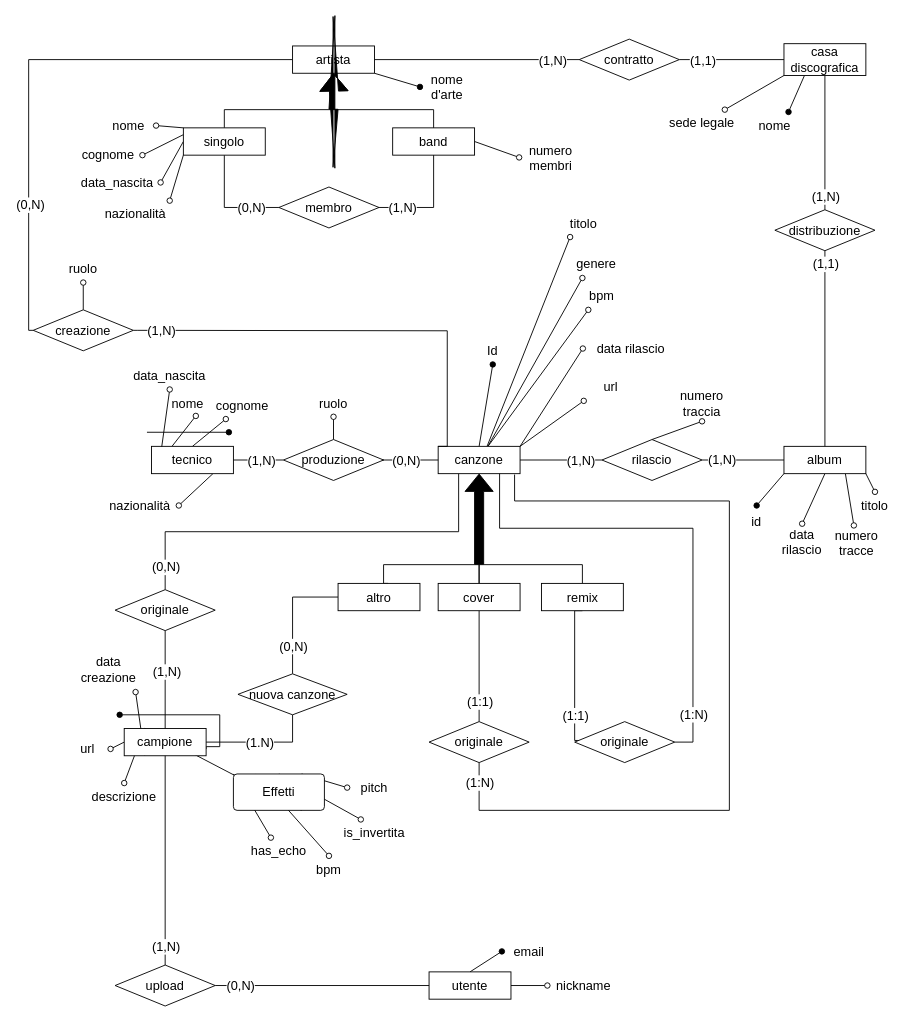
Stef4noo/materiale-progetto-basi keeps this draw.io diagram as diagramma er v2.drawio. Above is the earlier version. Source tidied: cells renumbered, new cells numbered last; positions are measured from the earlier drawing's top-left corner, leaving out a move shared by most shapes. Both pictures are drawn from the tidied source at 91%, with x=0, y=0 at pixel (28, 38).
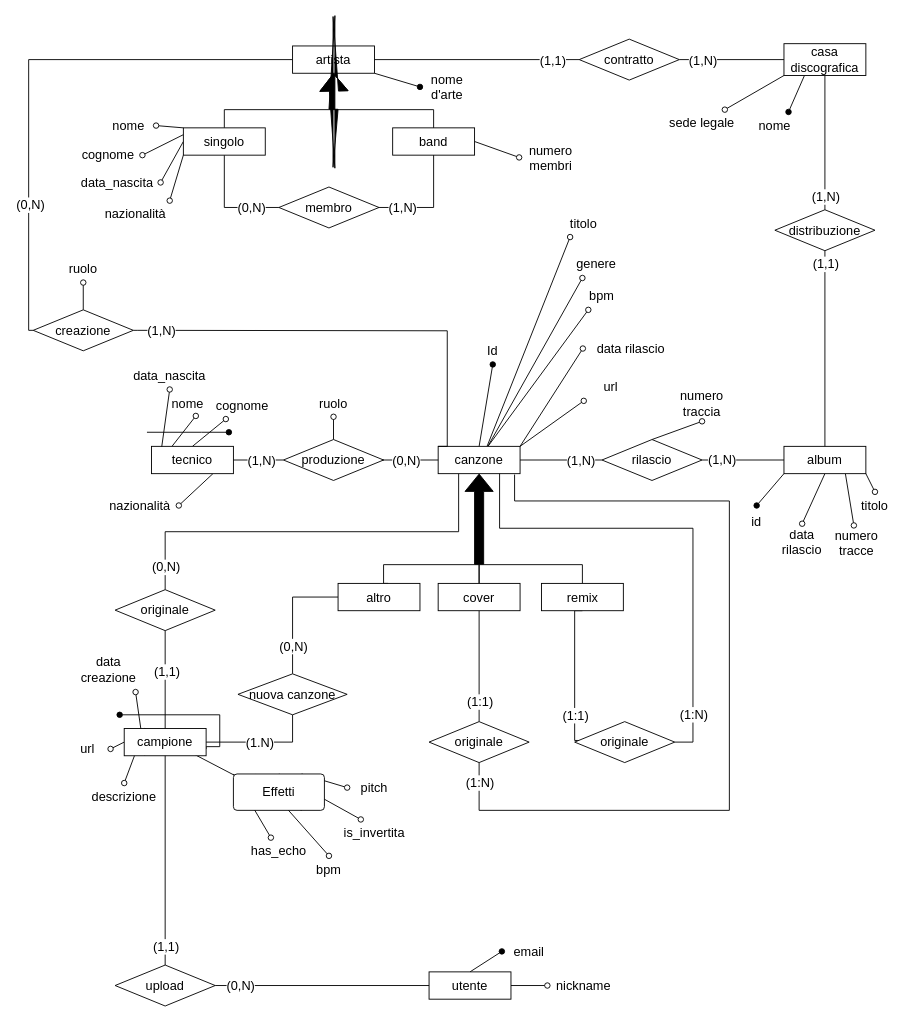
The same diagram, later.

Unchanged cells that the change refers to:
```xml
<mxCell id="30" style="edgeStyle=orthogonalEdgeStyle;rounded=0;jettySize=auto;html=1;exitX=0.5;exitY=1;exitDx=0;exitDy=0;endArrow=none;endFill=0;fontSize=14;" parent="1" edge="1" source="32" target="21">
  <mxGeometry relative="1" as="geometry" />
</mxCell>
<mxCell id="39" style="edgeStyle=orthogonalEdgeStyle;rounded=0;jettySize=auto;html=1;entryX=0.5;entryY=1;entryDx=0;entryDy=0;endArrow=none;endFill=0;fontSize=14;" parent="1" edge="1" source="43" target="21">
  <mxGeometry relative="1" as="geometry" />
</mxCell>
<mxCell id="73" style="edgeStyle=orthogonalEdgeStyle;rounded=0;jettySize=auto;html=1;exitX=0;exitY=0.5;exitDx=0;exitDy=0;entryX=1;entryY=0.5;entryDx=0;entryDy=0;endArrow=none;endFill=0;fontSize=14;" parent="1" edge="1" source="79" target="82">
  <mxGeometry relative="1" as="geometry" />
</mxCell>
<mxCell id="80" style="edgeStyle=orthogonalEdgeStyle;rounded=0;jettySize=auto;html=1;exitX=0;exitY=0.5;exitDx=0;exitDy=0;entryX=1;entryY=0.5;entryDx=0;entryDy=0;endArrow=none;endFill=0;fontSize=14;" parent="1" edge="1" source="82" target="58">
  <mxGeometry relative="1" as="geometry" />
</mxCell>
```

Diff of the diagram source:
```diff
@@
-    <mxCell id="31" value="(1,N)" style="edgeLabel;html=1;align=center;verticalAlign=middle;fontSize=14;" parent="30" vertex="1">
+    <mxCell id="31" value="(1,1)" style="edgeLabel;html=1;align=center;verticalAlign=middle;fontSize=14;" parent="30" vertex="1">
       <mxGeometry x="-0.17" y="1" relative="1" as="geometry" />
     </mxCell>
@@
-    <mxCell id="40" value="(1,N)" style="edgeLabel;html=1;align=center;verticalAlign=middle;fontSize=14;" parent="39" vertex="1">
+    <mxCell id="40" value="(1,1)" style="edgeLabel;html=1;align=center;verticalAlign=middle;fontSize=14;" parent="39" vertex="1">
       <mxGeometry x="-0.82" relative="1" as="geometry" />
     </mxCell>
@@
-    <mxCell id="74" value="(1,1)" style="edgeLabel;html=1;align=center;verticalAlign=middle;fontSize=14;" parent="73" vertex="1">
+    <mxCell id="74" value="(1,N)" style="edgeLabel;html=1;align=center;verticalAlign=middle;fontSize=14;" parent="73" vertex="1">
       <mxGeometry x="0.04" y="-1" relative="1" as="geometry">
         <mxPoint x="-30" y="1" as="offset" />
       </mxGeometry>
     </mxCell>
@@
-    <mxCell id="81" value="(1,N)" style="edgeLabel;html=1;align=center;verticalAlign=middle;fontSize=14;" parent="80" vertex="1">
+    <mxCell id="81" value="(1,1)" style="edgeLabel;html=1;align=center;verticalAlign=middle;fontSize=14;" parent="80" vertex="1">
       <mxGeometry x="-0.14" y="1" relative="1" as="geometry">
         <mxPoint x="67" y="-1" as="offset" />
       </mxGeometry>
     </mxCell>
```
